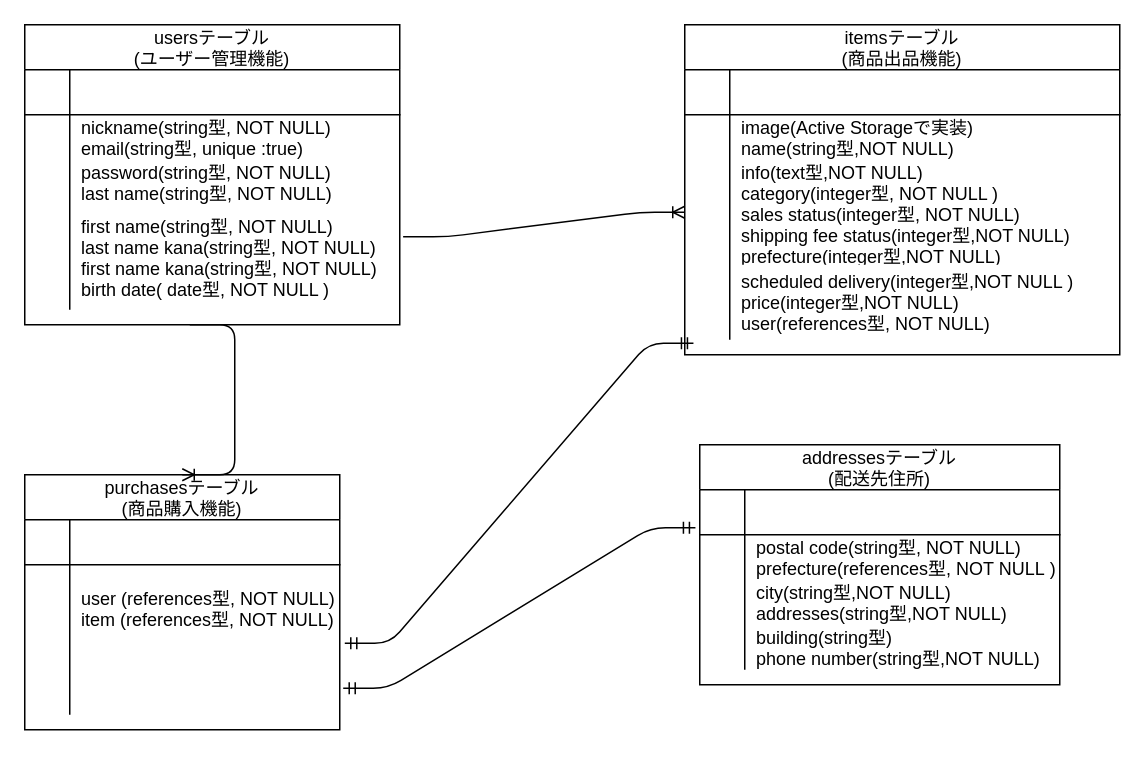
tanifujisatoshi/furima-35641 keeps this draw.io diagram as page "ページ1" (1 of 2) of furima.dio. Above is the earlier version. Source tidied: cells renumbered, new cells numbered last; positions are measured from the earlier drawing's top-left corner, leaving out a move shared by most shapes. Both pictures are drawn from the tidied source at 150%, with x=0, y=0 at pixel (24, 24).
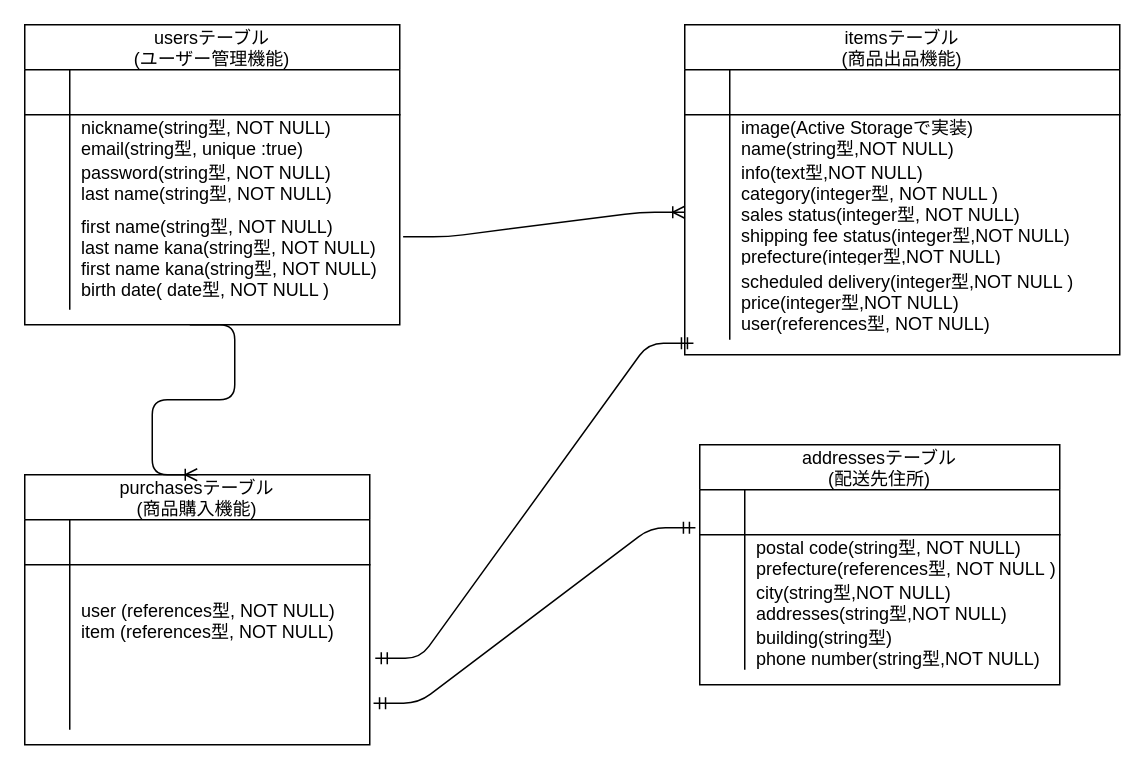
Above is the later version.

Commit message (it also covers changes not shown here):
ER図とREADMEの修正

Change to the diagram source:
```diff
@@
     <mxCell id="28" value="purchasesテーブル&#10;(商品購入機能)" style="shape=table;startSize=30;childLayout=tableLayout;rowLines=0;fontStyle=0;align=center;" parent="1" vertex="1">
-      <mxGeometry y="300" width="210" height="170" as="geometry" />
+      <mxGeometry y="300" width="230" height="180" as="geometry" />
     </mxCell>
     <mxCell id="29" style="shape=partialRectangle;fillColor=none;top=0;left=0;bottom=1;right=0;" parent="28" vertex="1">
-      <mxGeometry y="30" width="210" height="30" as="geometry" />
+      <mxGeometry y="30" width="230" height="30" as="geometry" />
     </mxCell>
@@
     <mxCell id="31" style="shape=partialRectangle;fillColor=none;top=0;left=0;bottom=0;right=0;align=left;spacingLeft=6;fontStyle=5;overflow=hidden;" parent="29" vertex="1">
-      <mxGeometry x="30" width="180" height="30" as="geometry" />
+      <mxGeometry x="30" width="200" height="30" as="geometry" />
     </mxCell>
     <mxCell id="32" style="shape=partialRectangle;fillColor=none;top=0;left=0;bottom=0;right=0;" parent="28" vertex="1">
-      <mxGeometry y="60" width="210" height="50" as="geometry" />
+      <mxGeometry y="60" width="230" height="60" as="geometry" />
     </mxCell>
     <mxCell id="33" style="shape=partialRectangle;fillColor=none;top=0;left=0;bottom=0;right=0;overflow=hidden;" parent="32" vertex="1">
-      <mxGeometry width="30" height="50" as="geometry" />
+      <mxGeometry width="30" height="60" as="geometry" />
     </mxCell>
-    <mxCell id="34" value="&#10;user (references型, NOT NULL)&#10;item (references型, NOT NULL)&#10;" style="shape=partialRectangle;fillColor=none;top=0;left=0;bottom=0;right=0;align=left;spacingLeft=6;overflow=hidden;" parent="32" vertex="1">
-      <mxGeometry x="30" width="180" height="50" as="geometry" />
+    <mxCell id="34" value="&#10;user (references型, NOT NULL)&#10;item (references型, NOT NULL)" style="shape=partialRectangle;fillColor=none;top=0;left=0;bottom=0;right=0;align=left;spacingLeft=6;overflow=hidden;" parent="32" vertex="1">
+      <mxGeometry x="30" width="200" height="60" as="geometry" />
     </mxCell>
     <mxCell id="35" style="shape=partialRectangle;fillColor=none;top=0;left=0;bottom=0;right=0;points=[[0,0.5],[1,0.5]];portConstraint=eastwest;" parent="28" vertex="1">
-      <mxGeometry y="110" width="210" height="30" as="geometry" />
+      <mxGeometry y="120" width="230" height="30" as="geometry" />
     </mxCell>
@@
     <mxCell id="37" style="shape=partialRectangle;fillColor=none;top=0;left=0;bottom=0;right=0;align=left;spacingLeft=6;overflow=hidden;" parent="35" vertex="1">
-      <mxGeometry x="30" width="180" height="30" as="geometry" />
+      <mxGeometry x="30" width="200" height="30" as="geometry" />
     </mxCell>
     <mxCell id="38" style="shape=partialRectangle;fillColor=none;top=0;left=0;bottom=0;right=0;points=[[0,0.5],[1,0.5]];portConstraint=eastwest;" parent="28" vertex="1">
-      <mxGeometry y="140" width="210" height="20" as="geometry" />
+      <mxGeometry y="150" width="230" height="20" as="geometry" />
     </mxCell>
@@
     <mxCell id="40" style="shape=partialRectangle;fillColor=none;top=0;left=0;bottom=0;right=0;align=left;spacingLeft=6;overflow=hidden;" parent="38" vertex="1">
-      <mxGeometry x="30" width="180" height="20" as="geometry" />
+      <mxGeometry x="30" width="200" height="20" as="geometry" />
     </mxCell>
```
